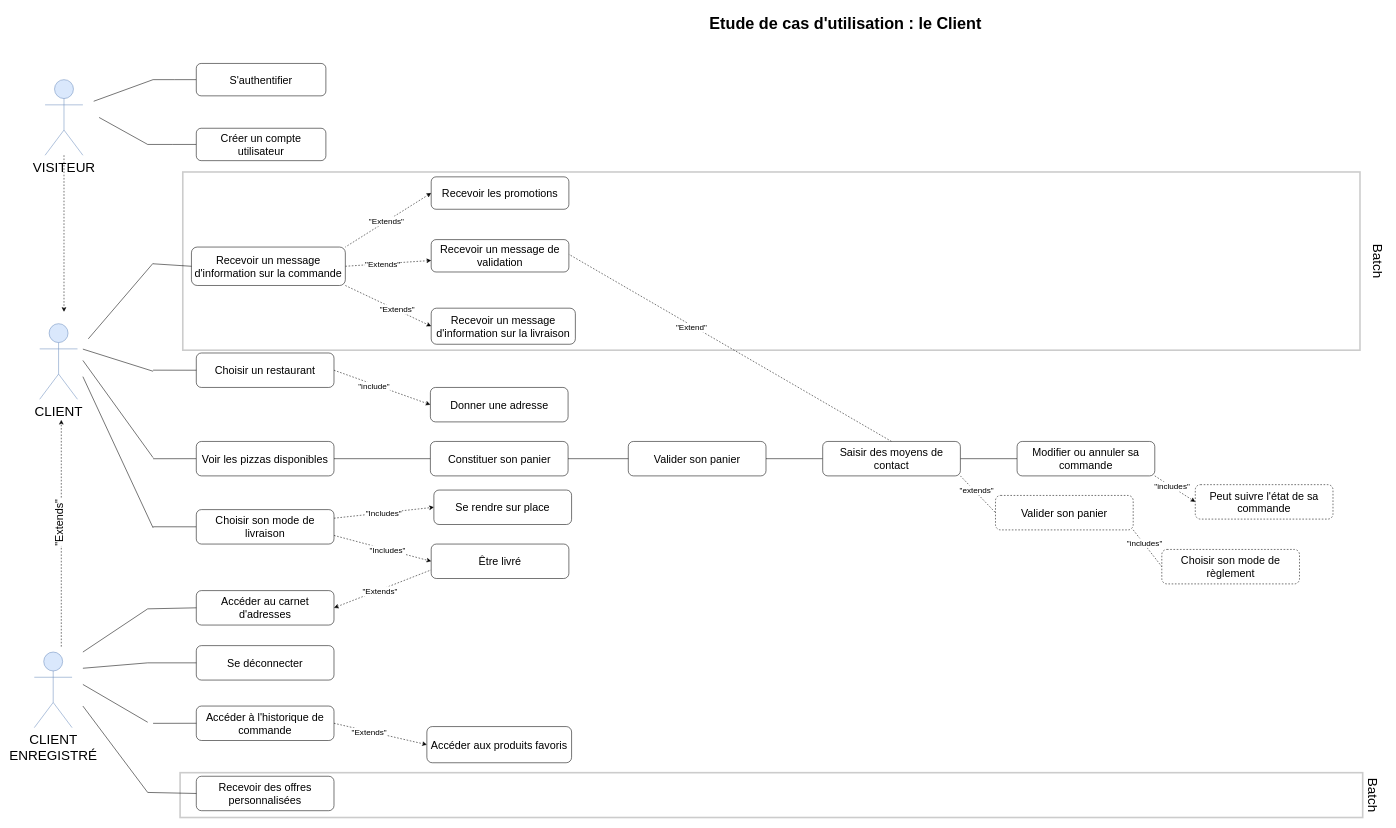
OMorlotti/P4-analyser-les-besoin-de-mon-client-pour-son-groupe-de-pizzerias keeps this draw.io diagram as 1.drawio. Above is the earlier version. Source tidied: cells renumbered, new cells numbered last; positions are measured from the earlier drawing's top-left corner, leaving out a move shared by most shapes. Both pictures are drawn from the tidied source at 54%, with x=0, y=0 at pixel (34, 9).
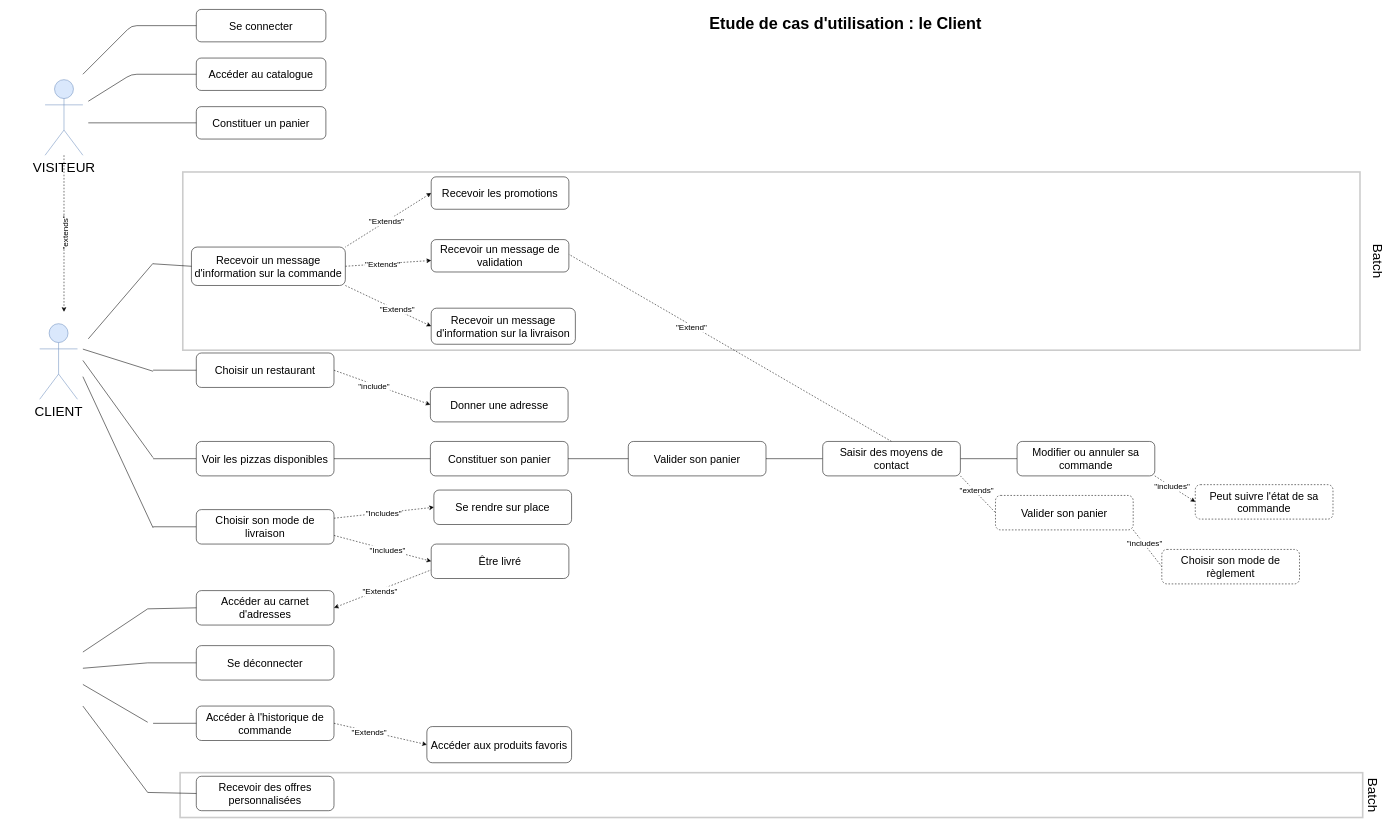
The same page after the edit.

Unchanged cells that the change refers to:
```xml
<mxCell id="19" style="endArrow=classic;html=1;dashed=1;" parent="1" edge="1" source="18">
  <mxGeometry relative="1" as="geometry">
    <mxPoint x="55" y="560" as="targetPoint" />
  </mxGeometry>
</mxCell>
```

What changed in the source:
```diff
@@
-    <mxCell id="4" value="&lt;font style=&quot;font-size: 25px&quot;&gt;CLIENT&lt;br&gt;ENREGISTRÉ&lt;br&gt;&lt;/font&gt;" style="shape=umlActor;verticalLabelPosition=bottom;labelBackgroundColor=#ffffff;verticalAlign=top;html=1;fillColor=#dae8fc;strokeColor=#6c8ebf;" parent="1" vertex="1">
-      <mxGeometry y="1190" width="70" height="140" as="geometry" />
-    </mxCell>
@@
-    <mxCell id="14" style="endArrow=classic;html=1;dashed=1;" parent="1" edge="1">
-      <mxGeometry relative="1" as="geometry">
-        <mxPoint x="50" y="1180" as="sourcePoint" />
-        <mxPoint x="50" y="760" as="targetPoint" />
-      </mxGeometry>
-    </mxCell>
-    <mxCell id="15" value="&lt;font style=&quot;font-size: 20px&quot;&gt;&quot;Extends&quot;&lt;/font&gt;" style="edgeLabel;html=1;align=center;verticalAlign=middle;rotation=270;" parent="14" vertex="1">
-      <mxGeometry x="0.25" y="2" relative="1" as="geometry">
-        <mxPoint x="-3" y="35" as="offset" />
-      </mxGeometry>
-    </mxCell>
@@
-    <mxCell id="20" style="endArrow=none;html=1;" parent="1" edge="1">
-      <mxGeometry relative="1" as="geometry">
-        <mxPoint x="110" y="170" as="sourcePoint" />
-        <mxPoint x="220" y="130" as="targetPoint" />
-      </mxGeometry>
-    </mxCell>
-    <mxCell id="21" style="endArrow=none;html=1;" parent="1" edge="1">
-      <mxGeometry relative="1" as="geometry">
-        <mxPoint x="120" y="200" as="sourcePoint" />
-        <mxPoint x="210" y="250" as="targetPoint" />
-      </mxGeometry>
-    </mxCell>
+    <mxCell id="84" value="&lt;font style=&quot;font-size: 15px&quot;&gt;&quot;extends&quot;&lt;/font&gt;" style="edgeLabel;html=1;align=center;verticalAlign=middle;rotation=-90;" parent="19" vertex="1">
+      <mxGeometry x="0.01" y="1" relative="1" as="geometry">
+        <mxPoint y="-1" as="offset" />
+      </mxGeometry>
+    </mxCell>
@@
-    <mxCell id="42" style="edgeStyle=orthogonalEdgeStyle;rounded=0;jettySize=auto;html=1;endArrow=none;endFill=0;fontSize=15;" parent="1" edge="1" source="43">
-      <mxGeometry relative="1" as="geometry">
-        <mxPoint x="220" y="130" as="targetPoint" />
-        <Array as="points">
-          <mxPoint x="260" y="130" />
-          <mxPoint x="260" y="130" />
-        </Array>
-      </mxGeometry>
-    </mxCell>
-    <mxCell id="43" value="&lt;font style=&quot;font-size: 20px&quot;&gt;S'authentifier&lt;/font&gt;" style="rounded=1;whiteSpace=wrap;html=1;" parent="1" vertex="1">
-      <mxGeometry x="300" y="100" width="240" height="60" as="geometry" />
+    <mxCell id="43" value="&lt;span style=&quot;font-size: 20px&quot;&gt;Se connecter&lt;/span&gt;" style="rounded=1;whiteSpace=wrap;html=1;" parent="1" vertex="1">
+      <mxGeometry x="300" width="240" height="60" as="geometry" />
     </mxCell>
-    <mxCell id="44" style="edgeStyle=orthogonalEdgeStyle;rounded=0;jettySize=auto;html=1;endArrow=none;endFill=0;fontSize=15;" parent="1" edge="1" source="45">
-      <mxGeometry relative="1" as="geometry">
-        <mxPoint x="210" y="250" as="targetPoint" />
-      </mxGeometry>
-    </mxCell>
-    <mxCell id="45" value="&lt;font style=&quot;font-size: 20px&quot;&gt;Créer un compte utilisateur&lt;/font&gt;" style="rounded=1;whiteSpace=wrap;html=1;" parent="1" vertex="1">
-      <mxGeometry x="300" y="220" width="240" height="60" as="geometry" />
+    <mxCell id="45" value="&lt;span style=&quot;font-size: 20px&quot;&gt;Accéder au catalogue&lt;/span&gt;" style="rounded=1;whiteSpace=wrap;html=1;" parent="1" vertex="1">
+      <mxGeometry x="300" y="90" width="240" height="60" as="geometry" />
     </mxCell>
@@
+    <mxCell id="85" value="&lt;span style=&quot;font-size: 20px&quot;&gt;Constituer un panier&lt;/span&gt;" style="rounded=1;whiteSpace=wrap;html=1;" parent="1" vertex="1">
+      <mxGeometry x="300" y="180" width="240" height="60" as="geometry" />
+    </mxCell>
+    <mxCell id="86" style="endArrow=none;html=1;entryX=0;entryY=0.5;entryDx=0;entryDy=0;" parent="1" edge="1" target="45">
+      <mxGeometry relative="1" as="geometry">
+        <mxPoint x="100" y="170" as="sourcePoint" />
+        <Array as="points">
+          <mxPoint x="180" y="120" />
+        </Array>
+      </mxGeometry>
+    </mxCell>
+    <mxCell id="87" style="endArrow=none;html=1;exitX=0;exitY=0.5;exitDx=0;exitDy=0;" parent="1" edge="1" source="43">
+      <mxGeometry relative="1" as="geometry">
+        <mxPoint x="90" y="120" as="targetPoint" />
+        <Array as="points">
+          <mxPoint x="180" y="30" />
+        </Array>
+      </mxGeometry>
+    </mxCell>
+    <mxCell id="88" style="endArrow=none;html=1;entryX=0;entryY=0.5;entryDx=0;entryDy=0;" parent="1" edge="1" target="85">
+      <mxGeometry relative="1" as="geometry">
+        <mxPoint x="100" y="210" as="sourcePoint" />
+      </mxGeometry>
+    </mxCell>
```
